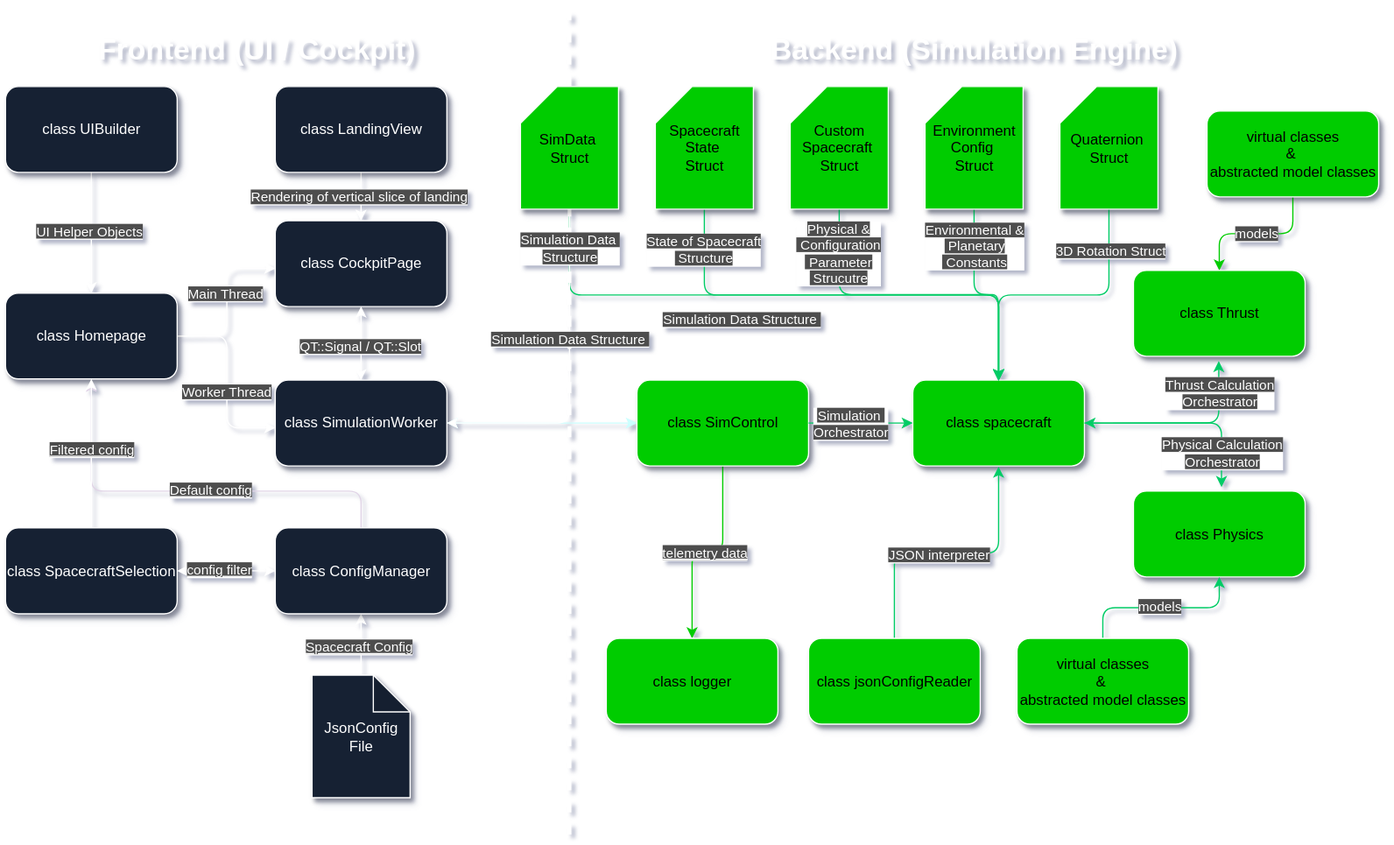
Before: static/img/architecture/architecture.drawio.svg, a diagram exported from draw.io (gerd-lrt-dev/aerospace-simulation). Source tidied: cells renumbered, new cells last; positions are measured from the earlier drawing's top-left corner, leaving out a move shared by most shapes.
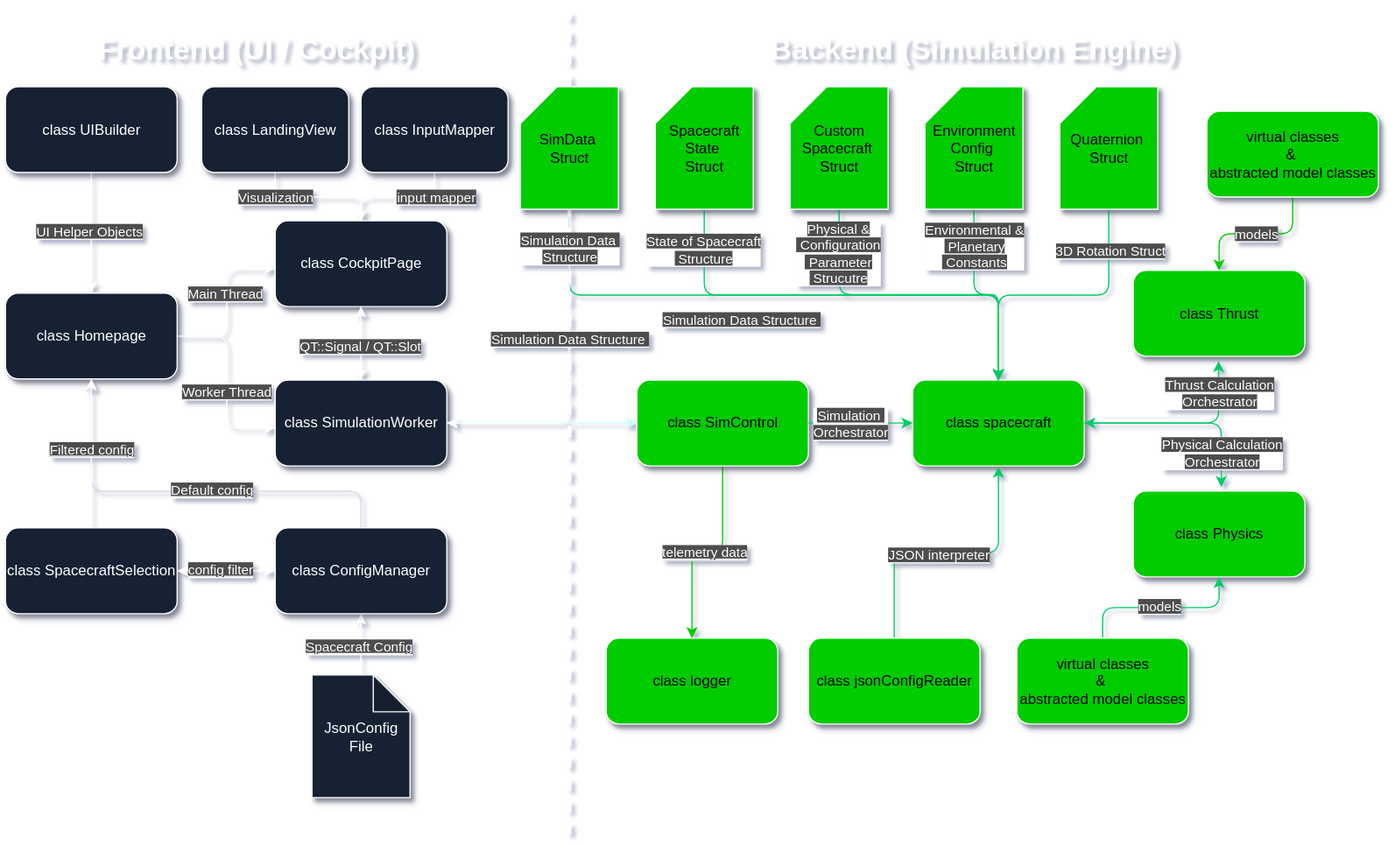
Later version of the same file.

The edit, as a diff of the source:
```diff
@@ -106,11 +106,13 @@
     <mxCell id="33" style="edgeStyle=orthogonalEdgeStyle;jettySize=auto;html=1;exitX=0.5;exitY=1;exitDx=0;exitDy=0;entryX=0.5;entryY=0;entryDx=0;entryDy=0;strokeColor=#FFFFFF;fillColor=#6a00ff;" parent="1" edge="1" source="35" target="3">
       <mxGeometry relative="1" as="geometry" />
     </mxCell>
-    <mxCell id="34" value="&lt;font style=&quot;color: rgb(255, 255, 255); background-color: rgb(77, 77, 77);&quot;&gt;Rendering of vertical slice of landing&lt;/font&gt;" style="edgeLabel;html=1;align=center;verticalAlign=middle;strokeColor=#FFFFFF;fontColor=#0000FF;fillColor=#182E3E;" parent="33" vertex="1">
-      <mxGeometry x="0.01" y="-2" relative="1" as="geometry" />
+    <mxCell id="34" value="&lt;font style=&quot;color: rgb(255, 255, 255); background-color: rgb(77, 77, 77);&quot;&gt;Visualization&lt;/font&gt;" style="edgeLabel;html=1;align=center;verticalAlign=middle;strokeColor=#FFFFFF;fontColor=#0000FF;fillColor=#182E3E;" parent="33" vertex="1">
+      <mxGeometry x="0.01" y="-2" relative="1" as="geometry">
+        <mxPoint x="-35" y="-2" as="offset" />
+      </mxGeometry>
     </mxCell>
     <mxCell id="35" value="&lt;font style=&quot;color: rgb(255, 255, 255);&quot;&gt;class LandingView&lt;/font&gt;" style="rounded=1;whiteSpace=wrap;html=1;strokeColor=#FFFFFF;fillColor=#162133;shadow=1;" parent="1" vertex="1">
-      <mxGeometry x="220" y="70" width="140" height="70" as="geometry" />
+      <mxGeometry x="160" y="70" width="120" height="70" as="geometry" />
     </mxCell>
     <mxCell id="36" style="edgeStyle=orthogonalEdgeStyle;jettySize=auto;html=1;exitX=0.5;exitY=1;exitDx=0;exitDy=0;entryX=0.5;entryY=0;entryDx=0;entryDy=0;strokeColor=#FFFFFF;fillColor=#6a00ff;" parent="1" edge="1" source="38" target="19">
       <mxGeometry relative="1" as="geometry" />
@@ -257,5 +259,18 @@
     <mxCell id="76" value="&lt;font style=&quot;color: rgb(255, 255, 255); background-color: rgb(77, 77, 77);&quot;&gt;models&lt;/font&gt;" style="edgeLabel;html=1;align=center;verticalAlign=middle;strokeColor=#FFFFFF;fontColor=#FFFFFF;fillColor=#182E3E;" parent="1" vertex="1">
       <mxGeometry x="1020" y="190" as="geometry" />
     </mxCell>
+    <mxCell id="77" style="edgeStyle=orthogonalEdgeStyle;rounded=1;jettySize=auto;html=1;exitX=0.5;exitY=1;exitDx=0;exitDy=0;strokeColor=#FFFFFF;curved=0;" parent="1" edge="1" source="79">
+      <mxGeometry relative="1" as="geometry">
+        <mxPoint x="290" y="180" as="targetPoint" />
+      </mxGeometry>
+    </mxCell>
+    <mxCell id="78" value="&lt;font style=&quot;color: rgb(255, 255, 255); background-color: rgb(77, 77, 77);&quot;&gt;input mapper&lt;/font&gt;" style="edgeLabel;html=1;align=center;verticalAlign=middle;" parent="77" vertex="1">
+      <mxGeometry x="-0.19" relative="1" as="geometry">
+        <mxPoint x="21" as="offset" />
+      </mxGeometry>
+    </mxCell>
+    <mxCell id="79" value="&lt;font style=&quot;color: rgb(255, 255, 255);&quot;&gt;class InputMapper&lt;/font&gt;" style="rounded=1;whiteSpace=wrap;html=1;strokeColor=#FFFFFF;fillColor=#162133;shadow=1;" parent="1" vertex="1">
+      <mxGeometry x="290" y="70" width="120" height="70" as="geometry" />
+    </mxCell>
   </root>
 </mxGraphModel>
```
